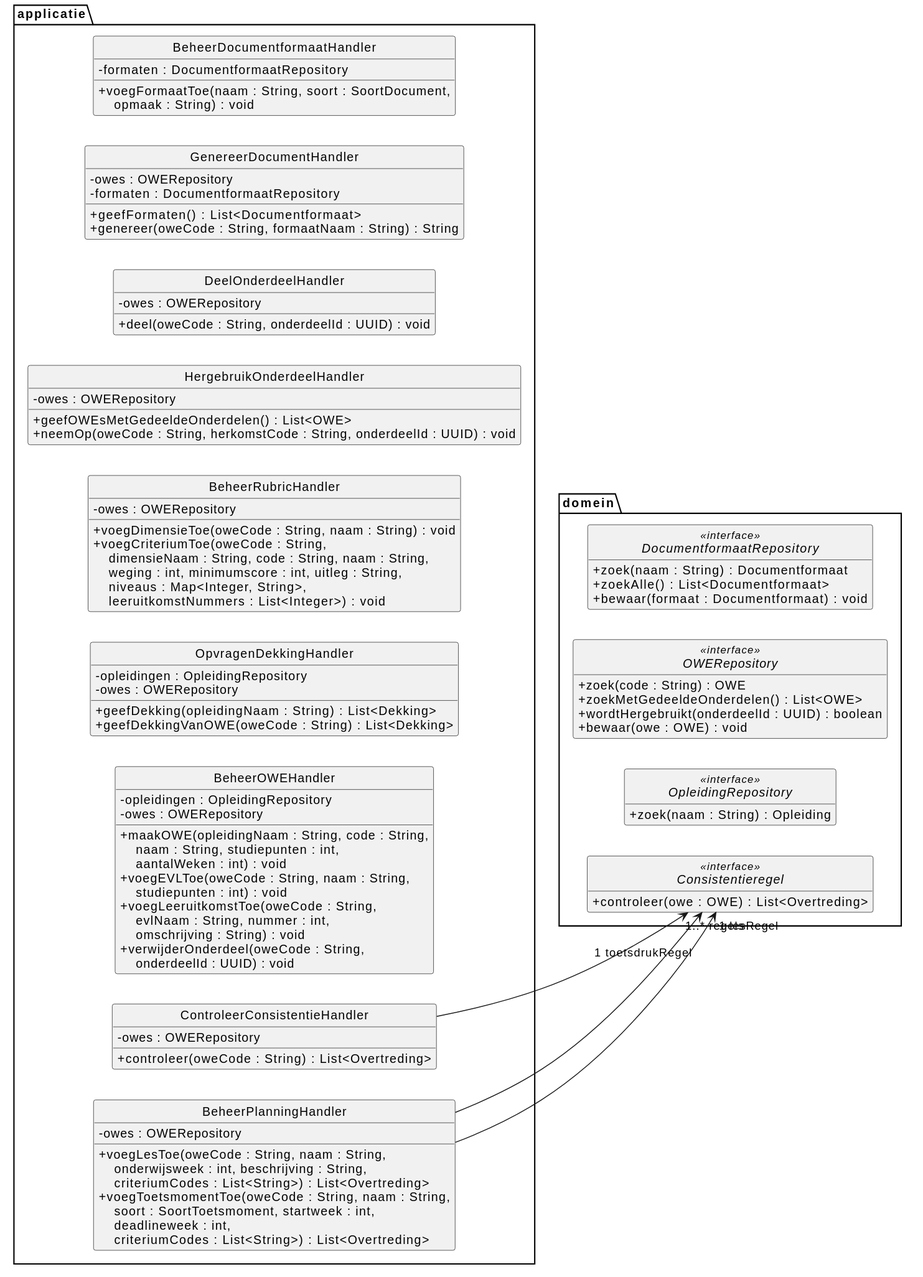
Above: docs/diagrams/klassendiagram-handlers.svg in HAN-Craftsmanship-KL-JJG/casus (PlantUML), before the change.
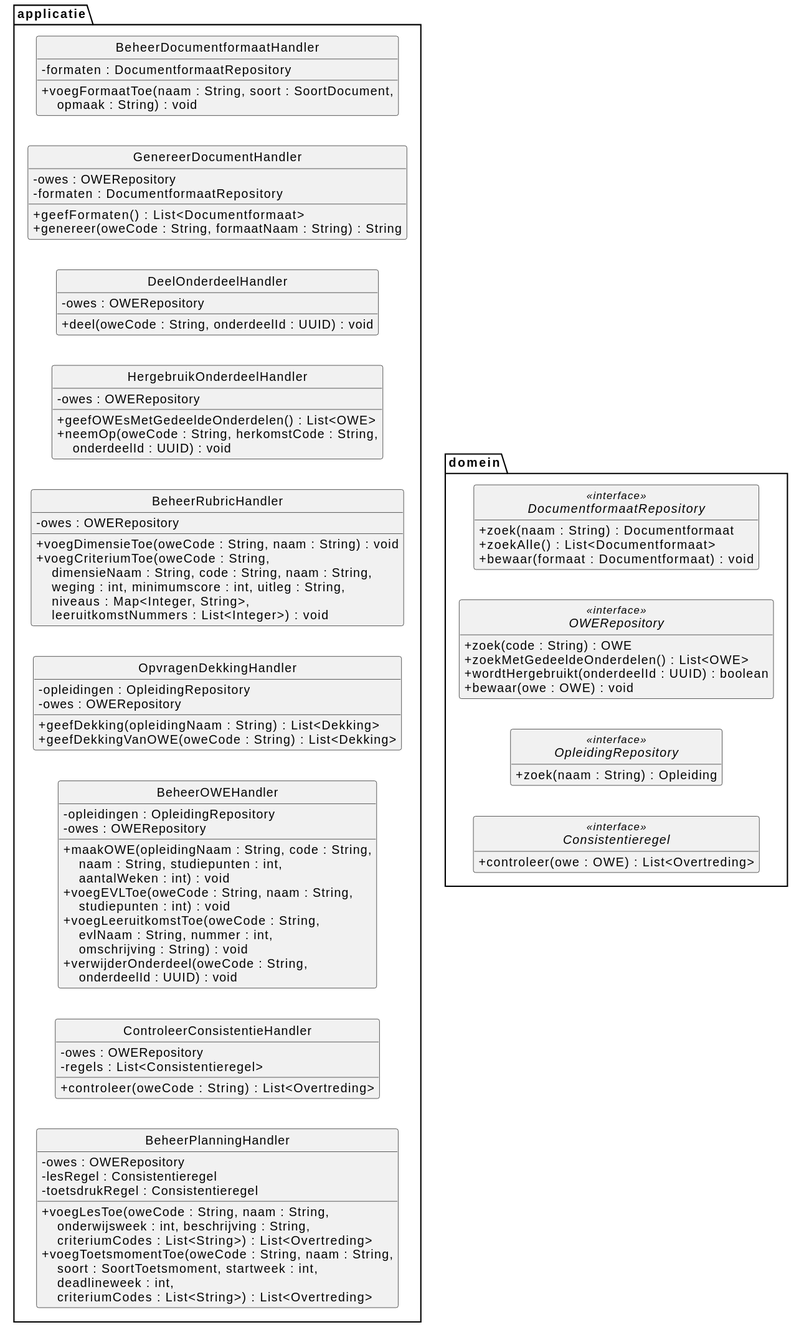
Above is the later version.

Diff of the diagram source:
```diff
@@ -22,11 +22,14 @@
   }
   class BeheerPlanningHandler {
     - owes : OWERepository
+    - lesRegel : Consistentieregel
+    - toetsdrukRegel : Consistentieregel
     + voegLesToe(oweCode : String, naam : String,\n    onderwijsweek : int, beschrijving : String,\n    criteriumCodes : List<String>) : List<Overtreding>
     + voegToetsmomentToe(oweCode : String, naam : String,\n    soort : SoortToetsmoment, startweek : int,\n    deadlineweek : int,\n    criteriumCodes : List<String>) : List<Overtreding>
   }
   class ControleerConsistentieHandler {
     - owes : OWERepository
+    - regels : List<Consistentieregel>
     + controleer(oweCode : String) : List<Overtreding>
   }
   class GenereerDocumentHandler {
@@ -38,7 +41,7 @@
   class HergebruikOnderdeelHandler {
     - owes : OWERepository
     + geefOWEsMetGedeeldeOnderdelen() : List<OWE>
-    + neemOp(oweCode : String, herkomstCode : String, onderdeelId : UUID) : void
+    + neemOp(oweCode : String, herkomstCode : String,\n    onderdeelId : UUID) : void
   }
   class OpvragenDekkingHandler {
     - opleidingen : OpleidingRepository
@@ -76,14 +79,13 @@
   }
 }
 
-BeheerPlanningHandler --> "1 lesRegel" Consistentieregel
-BeheerPlanningHandler --> "\n\n1 toetsdrukRegel" Consistentieregel
-ControleerConsistentieHandler --> "1..* regels" Consistentieregel
 BeheerOWEHandler -[hidden]-> OpleidingRepository
 BeheerOWEHandler -[hidden]-> OWERepository
 BeheerRubricHandler -[hidden]-> OWERepository
 BeheerPlanningHandler -[hidden]-> OWERepository
 ControleerConsistentieHandler -[hidden]-> OWERepository
+ControleerConsistentieHandler -[hidden]-> Consistentieregel
+BeheerPlanningHandler -[hidden]-> Consistentieregel
 GenereerDocumentHandler -[hidden]-> OWERepository
 GenereerDocumentHandler -[hidden]-> DocumentformaatRepository
 HergebruikOnderdeelHandler -[hidden]-> OWERepository
```
